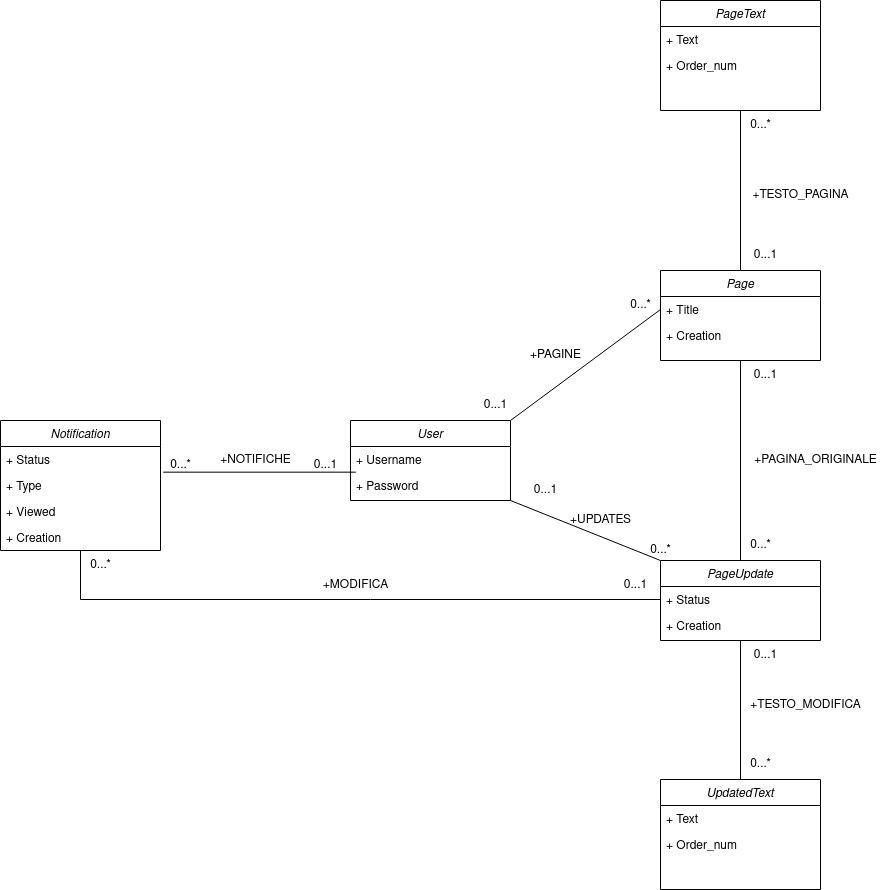
This is documentazione/BD/UML_NONRISTRUTTURATO.drawio.png from Polliog/Progetto-OOBD, a draw.io export, as it was before one commit. Source tidied: cells renumbered, new cells last; positions are measured from the earlier drawing's top-left corner, leaving out a move shared by most shapes. The source it was exported from:
```xml
<mxGraphModel>
  <root>
    <mxCell id="0" />
    <mxCell id="1" parent="0" />
    <mxCell id="2" value="User" style="swimlane;fontStyle=2;align=center;verticalAlign=top;horizontal=1;startSize=26;rounded=0;shadow=0;strokeWidth=1;" parent="1" vertex="1">
      <mxGeometry x="350" y="420" width="160" height="80" as="geometry" />
    </mxCell>
    <mxCell id="3" value="+ Username" style="text;align=left;verticalAlign=top;spacingLeft=4;spacingRight=4;overflow=hidden;" parent="2" vertex="1">
      <mxGeometry y="26" width="160" height="26" as="geometry" />
    </mxCell>
    <mxCell id="4" value="+ Password" style="text;align=left;verticalAlign=top;spacingLeft=4;spacingRight=4;overflow=hidden;points=[[0,0.5],[1,0.5]];portConstraint=eastwest;rounded=0;shadow=0;html=0;" parent="2" vertex="1">
      <mxGeometry y="52" width="160" height="26" as="geometry" />
    </mxCell>
    <mxCell id="5" value="Page" style="swimlane;fontStyle=2;align=center;verticalAlign=top;horizontal=1;startSize=26;rounded=0;shadow=0;strokeWidth=1;" parent="1" vertex="1">
      <mxGeometry x="660" y="270" width="160" height="90" as="geometry" />
    </mxCell>
    <mxCell id="6" value="+ Title" style="text;align=left;verticalAlign=top;spacingLeft=4;spacingRight=4;overflow=hidden;points=[[0,0.5],[1,0.5]];portConstraint=eastwest;" parent="5" vertex="1">
      <mxGeometry y="26" width="160" height="26" as="geometry" />
    </mxCell>
    <mxCell id="7" value="+ Creation" style="text;align=left;verticalAlign=top;spacingLeft=4;spacingRight=4;overflow=hidden;rounded=0;shadow=0;html=0;" parent="5" vertex="1">
      <mxGeometry y="52" width="160" height="26" as="geometry" />
    </mxCell>
    <mxCell id="8" value="PageText" style="swimlane;fontStyle=2;align=center;verticalAlign=top;horizontal=1;startSize=26;rounded=0;shadow=0;strokeWidth=1;" parent="1" vertex="1">
      <mxGeometry x="660" width="160" height="110" as="geometry" />
    </mxCell>
    <mxCell id="9" value="+ Text" style="text;align=left;verticalAlign=top;spacingLeft=4;spacingRight=4;overflow=hidden;" parent="8" vertex="1">
      <mxGeometry y="26" width="160" height="26" as="geometry" />
    </mxCell>
    <mxCell id="10" value="+ Order_num" style="text;align=left;verticalAlign=top;spacingLeft=4;spacingRight=4;overflow=hidden;points=[[0,0.5],[1,0.5]];portConstraint=eastwest;rounded=0;shadow=0;html=0;" parent="8" vertex="1">
      <mxGeometry y="52" width="160" height="26" as="geometry" />
    </mxCell>
    <mxCell id="11" value="PageUpdate" style="swimlane;fontStyle=2;align=center;verticalAlign=top;horizontal=1;startSize=26;rounded=0;shadow=0;strokeWidth=1;" parent="1" vertex="1">
      <mxGeometry x="660" y="560" width="160" height="80" as="geometry" />
    </mxCell>
    <mxCell id="12" value="+ Status" style="text;align=left;verticalAlign=top;spacingLeft=4;spacingRight=4;overflow=hidden;points=[[0,0.5],[1,0.5]];portConstraint=eastwest;" parent="11" vertex="1">
      <mxGeometry y="26" width="160" height="26" as="geometry" />
    </mxCell>
    <mxCell id="13" value="+ Creation" style="text;align=left;verticalAlign=top;spacingLeft=4;spacingRight=4;overflow=hidden;rounded=0;shadow=0;html=0;" parent="11" vertex="1">
      <mxGeometry y="52" width="160" height="26" as="geometry" />
    </mxCell>
    <mxCell id="14" value="UpdatedText" style="swimlane;fontStyle=2;align=center;verticalAlign=top;horizontal=1;startSize=26;rounded=0;shadow=0;strokeWidth=1;" parent="1" vertex="1">
      <mxGeometry x="660" y="779" width="160" height="110" as="geometry" />
    </mxCell>
    <mxCell id="15" value="+ Text" style="text;align=left;verticalAlign=top;spacingLeft=4;spacingRight=4;overflow=hidden;" parent="14" vertex="1">
      <mxGeometry y="26" width="160" height="26" as="geometry" />
    </mxCell>
    <mxCell id="16" value="+ Order_num" style="text;align=left;verticalAlign=top;spacingLeft=4;spacingRight=4;overflow=hidden;points=[[0,0.5],[1,0.5]];portConstraint=eastwest;rounded=0;shadow=0;html=0;" parent="14" vertex="1">
      <mxGeometry y="52" width="160" height="26" as="geometry" />
    </mxCell>
    <mxCell id="17" value="Notification&#10;" style="swimlane;fontStyle=2;align=center;verticalAlign=top;horizontal=1;startSize=26;rounded=0;shadow=0;strokeWidth=1;" parent="1" vertex="1">
      <mxGeometry y="420" width="160" height="130" as="geometry" />
    </mxCell>
    <mxCell id="18" value="+ Status" style="text;align=left;verticalAlign=top;spacingLeft=4;spacingRight=4;overflow=hidden;points=[[0,0.5],[1,0.5]];portConstraint=eastwest;" parent="17" vertex="1">
      <mxGeometry y="26" width="160" height="26" as="geometry" />
    </mxCell>
    <mxCell id="19" value="+ Type" style="text;align=left;verticalAlign=top;spacingLeft=4;spacingRight=4;overflow=hidden;rounded=0;shadow=0;html=0;" parent="17" vertex="1">
      <mxGeometry y="52" width="160" height="26" as="geometry" />
    </mxCell>
    <mxCell id="20" value="+ Viewed" style="text;align=left;verticalAlign=top;spacingLeft=4;spacingRight=4;overflow=hidden;rounded=0;shadow=0;html=0;" parent="17" vertex="1">
      <mxGeometry y="78" width="160" height="26" as="geometry" />
    </mxCell>
    <mxCell id="21" value="+ Creation" style="text;align=left;verticalAlign=top;spacingLeft=4;spacingRight=4;overflow=hidden;rounded=0;shadow=0;html=0;" parent="17" vertex="1">
      <mxGeometry y="104" width="160" height="26" as="geometry" />
    </mxCell>
    <mxCell id="22" style="endArrow=none;html=1;rounded=0;exitX=1;exitY=0;exitDx=0;exitDy=0;entryX=0;entryY=0.5;entryDx=0;entryDy=0;" parent="1" edge="1" source="2" target="6">
      <mxGeometry relative="1" as="geometry" />
    </mxCell>
    <mxCell id="23" style="endArrow=none;html=1;rounded=0;exitX=1.017;exitY=0.987;exitDx=0;exitDy=0;exitPerimeter=0;entryX=0.033;entryY=-0.013;entryDx=0;entryDy=0;entryPerimeter=0;" parent="1" edge="1" source="18" target="4">
      <mxGeometry relative="1" as="geometry" />
    </mxCell>
    <mxCell id="24" style="endArrow=none;html=1;rounded=0;exitX=1;exitY=1;exitDx=0;exitDy=0;entryX=0;entryY=0;entryDx=0;entryDy=0;" parent="1" edge="1" source="2" target="11">
      <mxGeometry relative="1" as="geometry" />
    </mxCell>
    <mxCell id="25" style="endArrow=none;html=1;rounded=0;exitX=0.5;exitY=0;exitDx=0;exitDy=0;" parent="1" edge="1" source="5">
      <mxGeometry relative="1" as="geometry">
        <mxPoint x="740" y="110" as="targetPoint" />
      </mxGeometry>
    </mxCell>
    <mxCell id="26" style="endArrow=none;html=1;rounded=0;entryX=0.5;entryY=1;entryDx=0;entryDy=0;exitX=0.5;exitY=0;exitDx=0;exitDy=0;" parent="1" edge="1" source="14" target="11">
      <mxGeometry relative="1" as="geometry" />
    </mxCell>
    <mxCell id="27" value="&lt;div&gt;0...*&lt;/div&gt;" style="text;html=1;align=center;verticalAlign=middle;strokeColor=none;fillColor=none;" parent="1" vertex="1">
      <mxGeometry x="160" y="450" width="40" height="30" as="geometry" />
    </mxCell>
    <mxCell id="28" value="0...1" style="text;html=1;align=center;verticalAlign=middle;strokeColor=none;fillColor=none;" parent="1" vertex="1">
      <mxGeometry x="300" y="450" width="50" height="30" as="geometry" />
    </mxCell>
    <mxCell id="29" value="+NOTIFICHE" style="text;html=1;align=center;verticalAlign=middle;strokeColor=none;fillColor=none;" parent="1" vertex="1">
      <mxGeometry x="210" y="445" width="90" height="30" as="geometry" />
    </mxCell>
    <mxCell id="30" value="0...1" style="text;html=1;align=center;verticalAlign=middle;strokeColor=none;fillColor=none;" parent="1" vertex="1">
      <mxGeometry x="470" y="390" width="50" height="30" as="geometry" />
    </mxCell>
    <mxCell id="31" value="0...*" style="text;html=1;align=center;verticalAlign=middle;strokeColor=none;fillColor=none;" parent="1" vertex="1">
      <mxGeometry x="640" y="535" width="40" height="30" as="geometry" />
    </mxCell>
    <mxCell id="32" value="0...1" style="text;html=1;align=center;verticalAlign=middle;strokeColor=none;fillColor=none;" parent="1" vertex="1">
      <mxGeometry x="520" y="475" width="50" height="30" as="geometry" />
    </mxCell>
    <mxCell id="33" value="0...*" style="text;html=1;align=center;verticalAlign=middle;strokeColor=none;fillColor=none;" parent="1" vertex="1">
      <mxGeometry x="620" y="290" width="40" height="30" as="geometry" />
    </mxCell>
    <mxCell id="34" value="+PAGINE" style="text;html=1;align=center;verticalAlign=middle;strokeColor=none;fillColor=none;" parent="1" vertex="1">
      <mxGeometry x="520" y="340" width="70" height="30" as="geometry" />
    </mxCell>
    <mxCell id="35" value="+UPDATES" style="text;html=1;align=center;verticalAlign=middle;strokeColor=none;fillColor=none;" parent="1" vertex="1">
      <mxGeometry x="560" y="505" width="80" height="30" as="geometry" />
    </mxCell>
    <mxCell id="36" value="0...1" style="text;html=1;align=center;verticalAlign=middle;strokeColor=none;fillColor=none;" parent="1" vertex="1">
      <mxGeometry x="740" y="640" width="50" height="30" as="geometry" />
    </mxCell>
    <mxCell id="37" value="0...*" style="text;html=1;align=center;verticalAlign=middle;strokeColor=none;fillColor=none;" parent="1" vertex="1">
      <mxGeometry x="740" y="110" width="40" height="30" as="geometry" />
    </mxCell>
    <mxCell id="38" value="0...*" style="text;html=1;align=center;verticalAlign=middle;strokeColor=none;fillColor=none;" parent="1" vertex="1">
      <mxGeometry x="740" y="749" width="40" height="30" as="geometry" />
    </mxCell>
    <mxCell id="39" value="0...1" style="text;html=1;align=center;verticalAlign=middle;strokeColor=none;fillColor=none;" parent="1" vertex="1">
      <mxGeometry x="740" y="240" width="50" height="30" as="geometry" />
    </mxCell>
    <mxCell id="40" value="&lt;div&gt;+TESTO_PAGINA&lt;/div&gt;" style="text;html=1;align=center;verticalAlign=middle;strokeColor=none;fillColor=none;" parent="1" vertex="1">
      <mxGeometry x="740" y="180" width="120" height="30" as="geometry" />
    </mxCell>
    <mxCell id="41" value="+TESTO_MODIFICA" style="text;html=1;align=center;verticalAlign=middle;strokeColor=none;fillColor=none;" parent="1" vertex="1">
      <mxGeometry x="740" y="690" width="130" height="30" as="geometry" />
    </mxCell>
    <mxCell id="42" style="endArrow=none;html=1;rounded=0;entryX=0.5;entryY=1;entryDx=0;entryDy=0;exitX=0;exitY=0.5;exitDx=0;exitDy=0;" parent="1" edge="1" source="12" target="17">
      <mxGeometry relative="1" as="geometry">
        <Array as="points">
          <mxPoint x="80" y="599" />
        </Array>
      </mxGeometry>
    </mxCell>
    <mxCell id="43" value="0...1" style="text;html=1;align=center;verticalAlign=middle;strokeColor=none;fillColor=none;" parent="1" vertex="1">
      <mxGeometry x="610" y="570" width="50" height="30" as="geometry" />
    </mxCell>
    <mxCell id="44" value="0...*" style="text;html=1;align=center;verticalAlign=middle;strokeColor=none;fillColor=none;" parent="1" vertex="1">
      <mxGeometry x="80" y="550" width="40" height="30" as="geometry" />
    </mxCell>
    <mxCell id="45" value="+MODIFICA" style="text;html=1;align=center;verticalAlign=middle;strokeColor=none;fillColor=none;" parent="1" vertex="1">
      <mxGeometry x="310" y="570" width="90" height="30" as="geometry" />
    </mxCell>
    <mxCell id="46" style="endArrow=none;html=1;rounded=0;exitX=0.5;exitY=0;exitDx=0;exitDy=0;entryX=0.5;entryY=1;entryDx=0;entryDy=0;" parent="1" edge="1" source="11" target="5">
      <mxGeometry relative="1" as="geometry" />
    </mxCell>
    <mxCell id="47" value="0...1" style="text;html=1;align=center;verticalAlign=middle;strokeColor=none;fillColor=none;" parent="1" vertex="1">
      <mxGeometry x="740" y="360" width="50" height="30" as="geometry" />
    </mxCell>
    <mxCell id="48" value="0...*" style="text;html=1;align=center;verticalAlign=middle;strokeColor=none;fillColor=none;" parent="1" vertex="1">
      <mxGeometry x="740" y="530" width="40" height="30" as="geometry" />
    </mxCell>
    <mxCell id="49" value="+PAGINA_ORIGINALE" style="text;html=1;align=center;verticalAlign=middle;strokeColor=none;fillColor=none;" parent="1" vertex="1">
      <mxGeometry x="740" y="445" width="150" height="30" as="geometry" />
    </mxCell>
  </root>
</mxGraphModel>
```
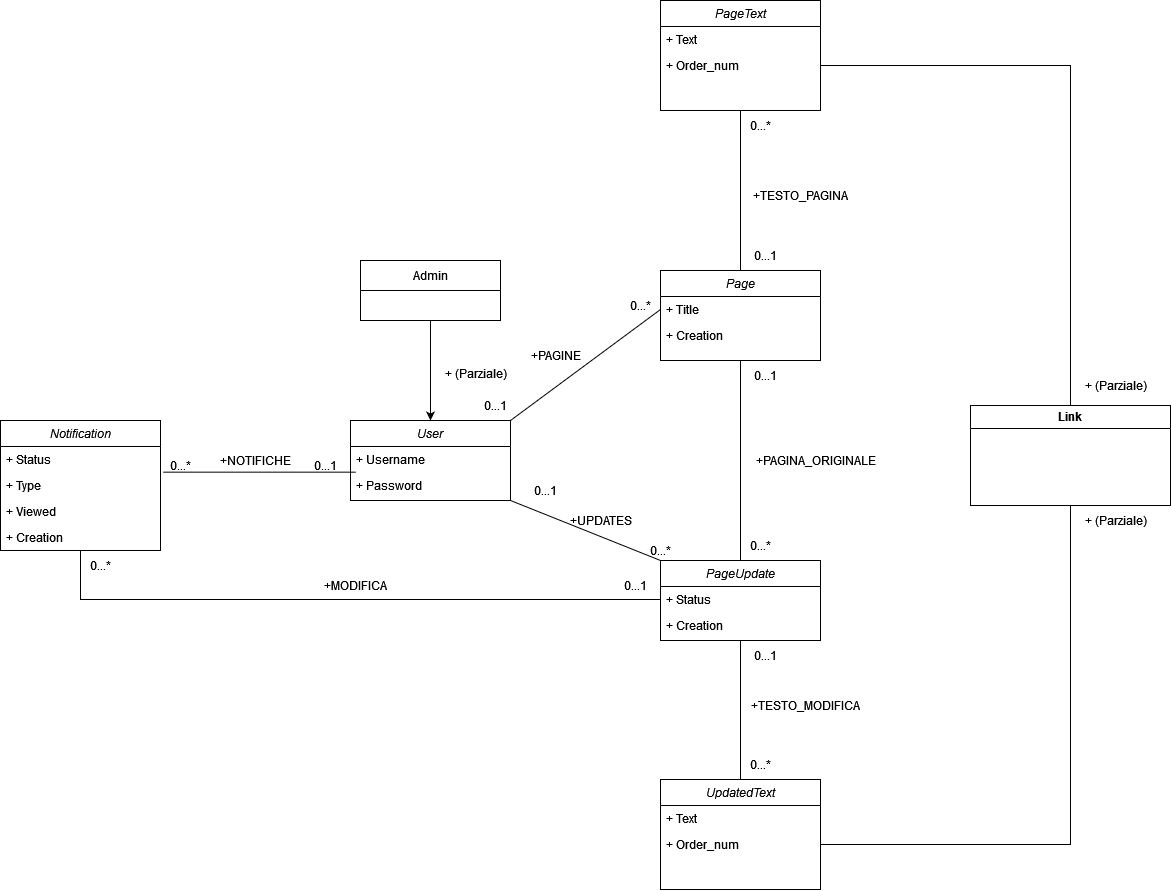
Above is the later version.

What changed in the source:
```diff
@@ -152,5 +152,37 @@
     <mxCell id="49" value="+PAGINA_ORIGINALE" style="text;html=1;align=center;verticalAlign=middle;strokeColor=none;fillColor=none;" parent="1" vertex="1">
       <mxGeometry x="740" y="445" width="150" height="30" as="geometry" />
     </mxCell>
+    <mxCell id="50" style="edgeStyle=orthogonalEdgeStyle;rounded=0;jettySize=auto;html=1;exitX=0.5;exitY=1;exitDx=0;exitDy=0;entryX=0.5;entryY=0;entryDx=0;entryDy=0;" parent="1" edge="1" source="51" target="2">
+      <mxGeometry relative="1" as="geometry" />
+    </mxCell>
+    <mxCell id="51" value="Admin" style="swimlane;fontStyle=0;horizontal=1;startSize=30;whiteSpace=wrap;html=1;" parent="1" vertex="1">
+      <mxGeometry x="360" y="260" width="140" height="60" as="geometry" />
+    </mxCell>
+    <mxCell id="52" value="+ (Parziale)" style="text;html=1;align=center;verticalAlign=middle;strokeColor=none;fillColor=none;" parent="1" vertex="1">
+      <mxGeometry x="430" y="358" width="90" height="30" as="geometry" />
+    </mxCell>
+    <mxCell id="53" value="Link" style="swimlane;whiteSpace=wrap;html=1;" parent="1" vertex="1">
+      <mxGeometry x="970" y="405" width="200" height="100" as="geometry" />
+    </mxCell>
+    <mxCell id="54" value="+ (Parziale)" style="text;html=1;align=center;verticalAlign=middle;strokeColor=none;fillColor=none;" parent="53" vertex="1">
+      <mxGeometry x="100" y="-35" width="90" height="30" as="geometry" />
+    </mxCell>
+    <mxCell id="55" style="endArrow=none;html=1;rounded=0;entryX=1;entryY=0.5;entryDx=0;entryDy=0;exitX=0.5;exitY=0;exitDx=0;exitDy=0;" parent="1" edge="1" source="53" target="10">
+      <mxGeometry relative="1" as="geometry">
+        <Array as="points">
+          <mxPoint x="1070" y="65" />
+        </Array>
+      </mxGeometry>
+    </mxCell>
+    <mxCell id="56" style="endArrow=none;html=1;rounded=0;entryX=0.5;entryY=1;entryDx=0;entryDy=0;exitX=1;exitY=0.5;exitDx=0;exitDy=0;" parent="1" edge="1" source="16" target="53">
+      <mxGeometry relative="1" as="geometry">
+        <Array as="points">
+          <mxPoint x="1070" y="844" />
+        </Array>
+      </mxGeometry>
+    </mxCell>
+    <mxCell id="57" value="+ (Parziale)" style="text;html=1;align=center;verticalAlign=middle;strokeColor=none;fillColor=none;" parent="1" vertex="1">
+      <mxGeometry x="1070" y="505" width="90" height="30" as="geometry" />
+    </mxCell>
   </root>
 </mxGraphModel>
```
